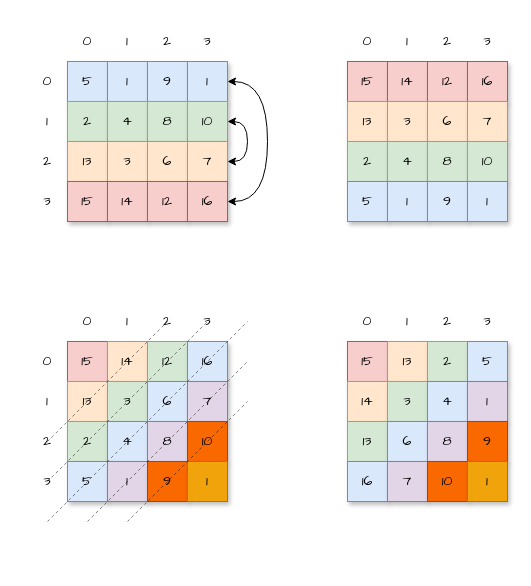
The draw.io diagram draw.io/旋转数组.drawio in goldknife6/algorithm, before the edit. Source tidied: cells renumbered, new cells numbered last; positions are measured from the earlier drawing's top-left corner, leaving out a move shared by most shapes. Both pictures are drawn from the tidied source at 100%, with x=0, y=0 at pixel (27, 21).
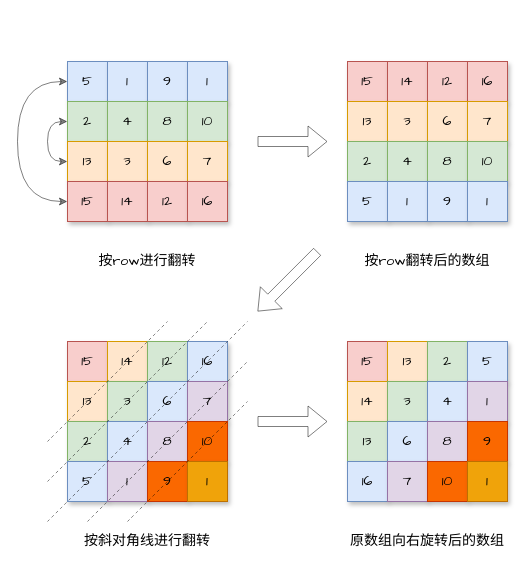
Above is the later version.

Commit message (it also covers changes not shown here):
更新旋转数组.drawio

The change refers to these unchanged cells:
```xml
<mxCell id="6" value="&lt;font style=&quot;font-size: 14px&quot; face=&quot;Comic Sans MS&quot;&gt;5&lt;/font&gt;" style="rounded=0;whiteSpace=wrap;html=1;shadow=1;fillColor=#dae8fc;strokeColor=#6c8ebf;" parent="1" vertex="1">
  <mxGeometry x="40" y="40" width="40" height="40" as="geometry" />
</mxCell>
<mxCell id="18" value="&lt;font style=&quot;font-size: 14px&quot; face=&quot;Comic Sans MS&quot;&gt;1&lt;/font&gt;" style="rounded=0;whiteSpace=wrap;html=1;shadow=1;fillColor=#dae8fc;strokeColor=#6c8ebf;" parent="1" vertex="1">
  <mxGeometry x="160" y="40" width="40" height="40" as="geometry" />
</mxCell>
<mxCell id="19" value="&lt;font style=&quot;font-size: 14px&quot; face=&quot;Comic Sans MS&quot;&gt;2&lt;/font&gt;" style="rounded=0;whiteSpace=wrap;html=1;shadow=1;fillColor=#d5e8d4;strokeColor=#82b366;" parent="1" vertex="1">
  <mxGeometry x="40" y="80" width="40" height="40" as="geometry" />
</mxCell>
<mxCell id="23" value="&lt;font style=&quot;font-size: 14px&quot; face=&quot;Comic Sans MS&quot;&gt;10&lt;/font&gt;" style="rounded=0;whiteSpace=wrap;html=1;shadow=1;fillColor=#d5e8d4;strokeColor=#82b366;" parent="1" vertex="1">
  <mxGeometry x="160" y="80" width="40" height="40" as="geometry" />
</mxCell>
<mxCell id="24" value="&lt;font style=&quot;font-size: 14px&quot; face=&quot;Comic Sans MS&quot;&gt;13&lt;/font&gt;" style="rounded=0;whiteSpace=wrap;html=1;shadow=1;fillColor=#ffe6cc;strokeColor=#d79b00;" parent="1" vertex="1">
  <mxGeometry x="40" y="120" width="40" height="40" as="geometry" />
</mxCell>
<mxCell id="27" value="&lt;font style=&quot;font-size: 14px&quot; face=&quot;Comic Sans MS&quot;&gt;7&lt;/font&gt;" style="rounded=0;whiteSpace=wrap;html=1;shadow=1;fillColor=#ffe6cc;strokeColor=#d79b00;" parent="1" vertex="1">
  <mxGeometry x="160" y="120" width="40" height="40" as="geometry" />
</mxCell>
<mxCell id="28" value="&lt;font style=&quot;font-size: 14px&quot; face=&quot;Comic Sans MS&quot;&gt;15&lt;/font&gt;" style="rounded=0;whiteSpace=wrap;html=1;shadow=1;fillColor=#f8cecc;strokeColor=#b85450;" parent="1" vertex="1">
  <mxGeometry x="40" y="160" width="40" height="40" as="geometry" />
</mxCell>
<mxCell id="31" value="&lt;font style=&quot;font-size: 14px&quot; face=&quot;Comic Sans MS&quot;&gt;16&lt;/font&gt;" style="rounded=0;whiteSpace=wrap;html=1;shadow=1;fillColor=#f8cecc;strokeColor=#b85450;" parent="1" vertex="1">
  <mxGeometry x="160" y="160" width="40" height="40" as="geometry" />
</mxCell>
```

Change to the diagram source:
```diff
@@
-<mxGraphModel>
+<mxGraphModel background="#ffffff">
@@
-    <mxCell id="7" value="&lt;font face=&quot;Comic Sans MS&quot; style=&quot;font-size: 14px&quot;&gt;0&lt;/font&gt;" style="text;html=1;strokeColor=none;fillColor=none;align=center;verticalAlign=middle;whiteSpace=wrap;rounded=0;shadow=1;" parent="1" vertex="1">
-      <mxGeometry x="40" width="40" height="40" as="geometry" />
-    </mxCell>
-    <mxCell id="8" value="&lt;font face=&quot;Comic Sans MS&quot; style=&quot;font-size: 14px&quot;&gt;1&lt;/font&gt;" style="text;html=1;strokeColor=none;fillColor=none;align=center;verticalAlign=middle;whiteSpace=wrap;rounded=0;shadow=1;" parent="1" vertex="1">
-      <mxGeometry x="80" width="40" height="40" as="geometry" />
-    </mxCell>
-    <mxCell id="9" value="&lt;font face=&quot;Comic Sans MS&quot; style=&quot;font-size: 14px&quot;&gt;2&lt;/font&gt;" style="text;html=1;strokeColor=none;fillColor=none;align=center;verticalAlign=middle;whiteSpace=wrap;rounded=0;shadow=1;" parent="1" vertex="1">
-      <mxGeometry x="120" width="40" height="40" as="geometry" />
-    </mxCell>
-    <mxCell id="10" value="&lt;font face=&quot;Comic Sans MS&quot;&gt;&lt;span style=&quot;font-size: 14px&quot;&gt;3&lt;/span&gt;&lt;/font&gt;" style="text;html=1;strokeColor=none;fillColor=none;align=center;verticalAlign=middle;whiteSpace=wrap;rounded=0;shadow=1;" parent="1" vertex="1">
-      <mxGeometry x="160" width="40" height="40" as="geometry" />
-    </mxCell>
-    <mxCell id="11" value="&lt;font face=&quot;Comic Sans MS&quot; style=&quot;font-size: 14px&quot;&gt;0&lt;/font&gt;" style="text;html=1;strokeColor=none;fillColor=none;align=center;verticalAlign=middle;whiteSpace=wrap;rounded=0;shadow=1;" parent="1" vertex="1">
-      <mxGeometry y="40" width="40" height="40" as="geometry" />
-    </mxCell>
-    <mxCell id="12" value="&lt;font face=&quot;Comic Sans MS&quot; style=&quot;font-size: 14px&quot;&gt;1&lt;/font&gt;" style="text;html=1;strokeColor=none;fillColor=none;align=center;verticalAlign=middle;whiteSpace=wrap;rounded=0;shadow=1;" parent="1" vertex="1">
-      <mxGeometry y="80" width="40" height="40" as="geometry" />
-    </mxCell>
-    <mxCell id="13" value="&lt;font face=&quot;Comic Sans MS&quot; style=&quot;font-size: 14px&quot;&gt;2&lt;/font&gt;" style="text;html=1;strokeColor=none;fillColor=none;align=center;verticalAlign=middle;whiteSpace=wrap;rounded=0;shadow=1;" parent="1" vertex="1">
-      <mxGeometry y="120" width="40" height="40" as="geometry" />
-    </mxCell>
-    <mxCell id="14" value="&lt;font face=&quot;Comic Sans MS&quot;&gt;&lt;span style=&quot;font-size: 14px&quot;&gt;3&lt;/span&gt;&lt;/font&gt;" style="text;html=1;strokeColor=none;fillColor=none;align=center;verticalAlign=middle;whiteSpace=wrap;rounded=0;shadow=1;" parent="1" vertex="1">
-      <mxGeometry y="160" width="40" height="40" as="geometry" />
-    </mxCell>
@@
-    <mxCell id="17" style="edgeStyle=orthogonalEdgeStyle;rounded=0;jettySize=auto;html=1;exitX=1;exitY=0.5;exitDx=0;exitDy=0;entryX=1;entryY=0.5;entryDx=0;entryDy=0;fontFamily=Comic Sans MS;fontSize=14;curved=1;startArrow=classic;startFill=1;" parent="1" edge="1" source="18" target="31">
-      <mxGeometry relative="1" as="geometry">
-        <Array as="points">
-          <mxPoint x="240" y="60" />
-          <mxPoint x="240" y="180" />
-        </Array>
-      </mxGeometry>
-    </mxCell>
@@
-    <mxCell id="22" style="edgeStyle=orthogonalEdgeStyle;curved=1;rounded=0;jettySize=auto;html=1;exitX=1;exitY=0.5;exitDx=0;exitDy=0;entryX=1;entryY=0.5;entryDx=0;entryDy=0;fontFamily=Comic Sans MS;fontSize=14;startArrow=classic;startFill=1;" parent="1" edge="1" source="23" target="27">
-      <mxGeometry relative="1" as="geometry">
-        <Array as="points">
-          <mxPoint x="220" y="100" />
-          <mxPoint x="220" y="140" />
-        </Array>
-      </mxGeometry>
-    </mxCell>
@@
+    <mxCell id="97" style="edgeStyle=orthogonalEdgeStyle;curved=1;rounded=0;sketch=0;jettySize=auto;html=1;exitX=0;exitY=0.5;exitDx=0;exitDy=0;entryX=0;entryY=0.5;entryDx=0;entryDy=0;fontFamily=Comic Sans MS;fontSize=14;startArrow=classic;startFill=1;opacity=50;" parent="1" edge="1" source="24" target="19">
+      <mxGeometry relative="1" as="geometry" />
+    </mxCell>
@@
+    <mxCell id="98" style="edgeStyle=orthogonalEdgeStyle;curved=1;rounded=0;sketch=0;jettySize=auto;html=1;exitX=0;exitY=0.5;exitDx=0;exitDy=0;entryX=0;entryY=0.5;entryDx=0;entryDy=0;fontFamily=Comic Sans MS;fontSize=14;startArrow=classic;startFill=1;opacity=50;" parent="1" edge="1" source="28" target="6">
+      <mxGeometry relative="1" as="geometry">
+        <Array as="points">
+          <mxPoint x="-10" y="180" />
+          <mxPoint x="-10" y="60" />
+        </Array>
+      </mxGeometry>
+    </mxCell>
@@
-    <mxCell id="32" value="&lt;font face=&quot;Comic Sans MS&quot; style=&quot;font-size: 14px&quot;&gt;0&lt;/font&gt;" style="text;html=1;strokeColor=none;fillColor=none;align=center;verticalAlign=middle;whiteSpace=wrap;rounded=0;shadow=1;" parent="1" vertex="1">
-      <mxGeometry x="320" width="40" height="40" as="geometry" />
-    </mxCell>
-    <mxCell id="33" value="&lt;font face=&quot;Comic Sans MS&quot; style=&quot;font-size: 14px&quot;&gt;1&lt;/font&gt;" style="text;html=1;strokeColor=none;fillColor=none;align=center;verticalAlign=middle;whiteSpace=wrap;rounded=0;shadow=1;" parent="1" vertex="1">
-      <mxGeometry x="360" width="40" height="40" as="geometry" />
-    </mxCell>
-    <mxCell id="34" value="&lt;font face=&quot;Comic Sans MS&quot; style=&quot;font-size: 14px&quot;&gt;2&lt;/font&gt;" style="text;html=1;strokeColor=none;fillColor=none;align=center;verticalAlign=middle;whiteSpace=wrap;rounded=0;shadow=1;" parent="1" vertex="1">
-      <mxGeometry x="400" width="40" height="40" as="geometry" />
-    </mxCell>
-    <mxCell id="35" value="&lt;font face=&quot;Comic Sans MS&quot;&gt;&lt;span style=&quot;font-size: 14px&quot;&gt;3&lt;/span&gt;&lt;/font&gt;" style="text;html=1;strokeColor=none;fillColor=none;align=center;verticalAlign=middle;whiteSpace=wrap;rounded=0;shadow=1;" parent="1" vertex="1">
-      <mxGeometry x="440" width="40" height="40" as="geometry" />
-    </mxCell>
@@
-    <mxCell id="48" value="&lt;font face=&quot;Comic Sans MS&quot; style=&quot;font-size: 14px&quot;&gt;0&lt;/font&gt;" style="text;html=1;strokeColor=none;fillColor=none;align=center;verticalAlign=middle;whiteSpace=wrap;rounded=0;shadow=1;" parent="1" vertex="1">
-      <mxGeometry x="40" y="280" width="40" height="40" as="geometry" />
-    </mxCell>
-    <mxCell id="49" value="&lt;font face=&quot;Comic Sans MS&quot; style=&quot;font-size: 14px&quot;&gt;1&lt;/font&gt;" style="text;html=1;strokeColor=none;fillColor=none;align=center;verticalAlign=middle;whiteSpace=wrap;rounded=0;shadow=1;" parent="1" vertex="1">
-      <mxGeometry x="80" y="280" width="40" height="40" as="geometry" />
-    </mxCell>
-    <mxCell id="50" value="&lt;font face=&quot;Comic Sans MS&quot; style=&quot;font-size: 14px&quot;&gt;2&lt;/font&gt;" style="text;html=1;strokeColor=none;fillColor=none;align=center;verticalAlign=middle;whiteSpace=wrap;rounded=0;shadow=1;" parent="1" vertex="1">
-      <mxGeometry x="120" y="280" width="40" height="40" as="geometry" />
-    </mxCell>
-    <mxCell id="51" value="&lt;font face=&quot;Comic Sans MS&quot;&gt;&lt;span style=&quot;font-size: 14px&quot;&gt;3&lt;/span&gt;&lt;/font&gt;" style="text;html=1;strokeColor=none;fillColor=none;align=center;verticalAlign=middle;whiteSpace=wrap;rounded=0;shadow=1;" parent="1" vertex="1">
-      <mxGeometry x="160" y="280" width="40" height="40" as="geometry" />
-    </mxCell>
-    <mxCell id="52" value="&lt;font face=&quot;Comic Sans MS&quot; style=&quot;font-size: 14px&quot;&gt;0&lt;/font&gt;" style="text;html=1;strokeColor=none;fillColor=none;align=center;verticalAlign=middle;whiteSpace=wrap;rounded=0;shadow=1;" parent="1" vertex="1">
-      <mxGeometry y="320" width="40" height="40" as="geometry" />
-    </mxCell>
-    <mxCell id="53" value="&lt;font face=&quot;Comic Sans MS&quot; style=&quot;font-size: 14px&quot;&gt;1&lt;/font&gt;" style="text;html=1;strokeColor=none;fillColor=none;align=center;verticalAlign=middle;whiteSpace=wrap;rounded=0;shadow=1;" parent="1" vertex="1">
-      <mxGeometry y="360" width="40" height="40" as="geometry" />
-    </mxCell>
-    <mxCell id="54" value="&lt;font face=&quot;Comic Sans MS&quot; style=&quot;font-size: 14px&quot;&gt;2&lt;/font&gt;" style="text;html=1;strokeColor=none;fillColor=none;align=center;verticalAlign=middle;whiteSpace=wrap;rounded=0;shadow=1;" parent="1" vertex="1">
-      <mxGeometry y="400" width="40" height="40" as="geometry" />
-    </mxCell>
-    <mxCell id="55" value="&lt;font face=&quot;Comic Sans MS&quot;&gt;&lt;span style=&quot;font-size: 14px&quot;&gt;3&lt;/span&gt;&lt;/font&gt;" style="text;html=1;strokeColor=none;fillColor=none;align=center;verticalAlign=middle;whiteSpace=wrap;rounded=0;shadow=1;" parent="1" vertex="1">
-      <mxGeometry y="440" width="40" height="40" as="geometry" />
-    </mxCell>
@@
-    <mxCell id="77" value="&lt;font face=&quot;Comic Sans MS&quot; style=&quot;font-size: 14px&quot;&gt;0&lt;/font&gt;" style="text;html=1;strokeColor=none;fillColor=none;align=center;verticalAlign=middle;whiteSpace=wrap;rounded=0;shadow=1;" parent="1" vertex="1">
-      <mxGeometry x="320" y="280" width="40" height="40" as="geometry" />
-    </mxCell>
-    <mxCell id="78" value="&lt;font face=&quot;Comic Sans MS&quot; style=&quot;font-size: 14px&quot;&gt;1&lt;/font&gt;" style="text;html=1;strokeColor=none;fillColor=none;align=center;verticalAlign=middle;whiteSpace=wrap;rounded=0;shadow=1;" parent="1" vertex="1">
-      <mxGeometry x="360" y="280" width="40" height="40" as="geometry" />
-    </mxCell>
-    <mxCell id="79" value="&lt;font face=&quot;Comic Sans MS&quot; style=&quot;font-size: 14px&quot;&gt;2&lt;/font&gt;" style="text;html=1;strokeColor=none;fillColor=none;align=center;verticalAlign=middle;whiteSpace=wrap;rounded=0;shadow=1;" parent="1" vertex="1">
-      <mxGeometry x="400" y="280" width="40" height="40" as="geometry" />
-    </mxCell>
-    <mxCell id="80" value="&lt;font face=&quot;Comic Sans MS&quot;&gt;&lt;span style=&quot;font-size: 14px&quot;&gt;3&lt;/span&gt;&lt;/font&gt;" style="text;html=1;strokeColor=none;fillColor=none;align=center;verticalAlign=middle;whiteSpace=wrap;rounded=0;shadow=1;" parent="1" vertex="1">
-      <mxGeometry x="440" y="280" width="40" height="40" as="geometry" />
-    </mxCell>
@@
+    <mxCell id="99" style="shape=flexArrow;endArrow=classic;html=1;rounded=0;sketch=0;fontFamily=Comic Sans MS;fontSize=14;opacity=50;curved=1;" parent="1" edge="1">
+      <mxGeometry relative="1" as="geometry">
+        <mxPoint x="230" y="120" as="sourcePoint" />
+        <mxPoint x="300" y="120" as="targetPoint" />
+      </mxGeometry>
+    </mxCell>
+    <mxCell id="100" style="shape=flexArrow;endArrow=classic;html=1;rounded=0;sketch=0;fontFamily=Comic Sans MS;fontSize=14;opacity=50;curved=1;" parent="1" edge="1">
+      <mxGeometry relative="1" as="geometry">
+        <mxPoint x="290" y="230" as="sourcePoint" />
+        <mxPoint x="230" y="290" as="targetPoint" />
+      </mxGeometry>
+    </mxCell>
+    <mxCell id="101" style="shape=flexArrow;endArrow=classic;html=1;rounded=0;sketch=0;fontFamily=Comic Sans MS;fontSize=14;opacity=50;curved=1;" parent="1" edge="1">
+      <mxGeometry relative="1" as="geometry">
+        <mxPoint x="230" y="400" as="sourcePoint" />
+        <mxPoint x="300" y="400" as="targetPoint" />
+      </mxGeometry>
+    </mxCell>
+    <mxCell id="102" value="按row进行翻转" style="text;html=1;strokeColor=none;fillColor=none;align=center;verticalAlign=middle;whiteSpace=wrap;rounded=0;shadow=1;fontFamily=Comic Sans MS;fontSize=14;" parent="1" vertex="1">
+      <mxGeometry x="40" y="220" width="160" height="40" as="geometry" />
+    </mxCell>
+    <mxCell id="103" value="按斜对角线进行翻转" style="text;html=1;strokeColor=none;fillColor=none;align=center;verticalAlign=middle;whiteSpace=wrap;rounded=0;shadow=1;fontFamily=Comic Sans MS;fontSize=14;" parent="1" vertex="1">
+      <mxGeometry x="40" y="500" width="160" height="40" as="geometry" />
+    </mxCell>
+    <mxCell id="104" value="原数组向右旋转后的数组" style="text;html=1;strokeColor=none;fillColor=none;align=center;verticalAlign=middle;whiteSpace=wrap;rounded=0;shadow=1;fontFamily=Comic Sans MS;fontSize=14;" parent="1" vertex="1">
+      <mxGeometry x="320" y="500" width="160" height="40" as="geometry" />
+    </mxCell>
+    <mxCell id="105" value="按row翻转后的数组" style="text;html=1;strokeColor=none;fillColor=none;align=center;verticalAlign=middle;whiteSpace=wrap;rounded=0;shadow=1;fontFamily=Comic Sans MS;fontSize=14;" parent="1" vertex="1">
+      <mxGeometry x="320" y="220" width="160" height="40" as="geometry" />
+    </mxCell>
```
